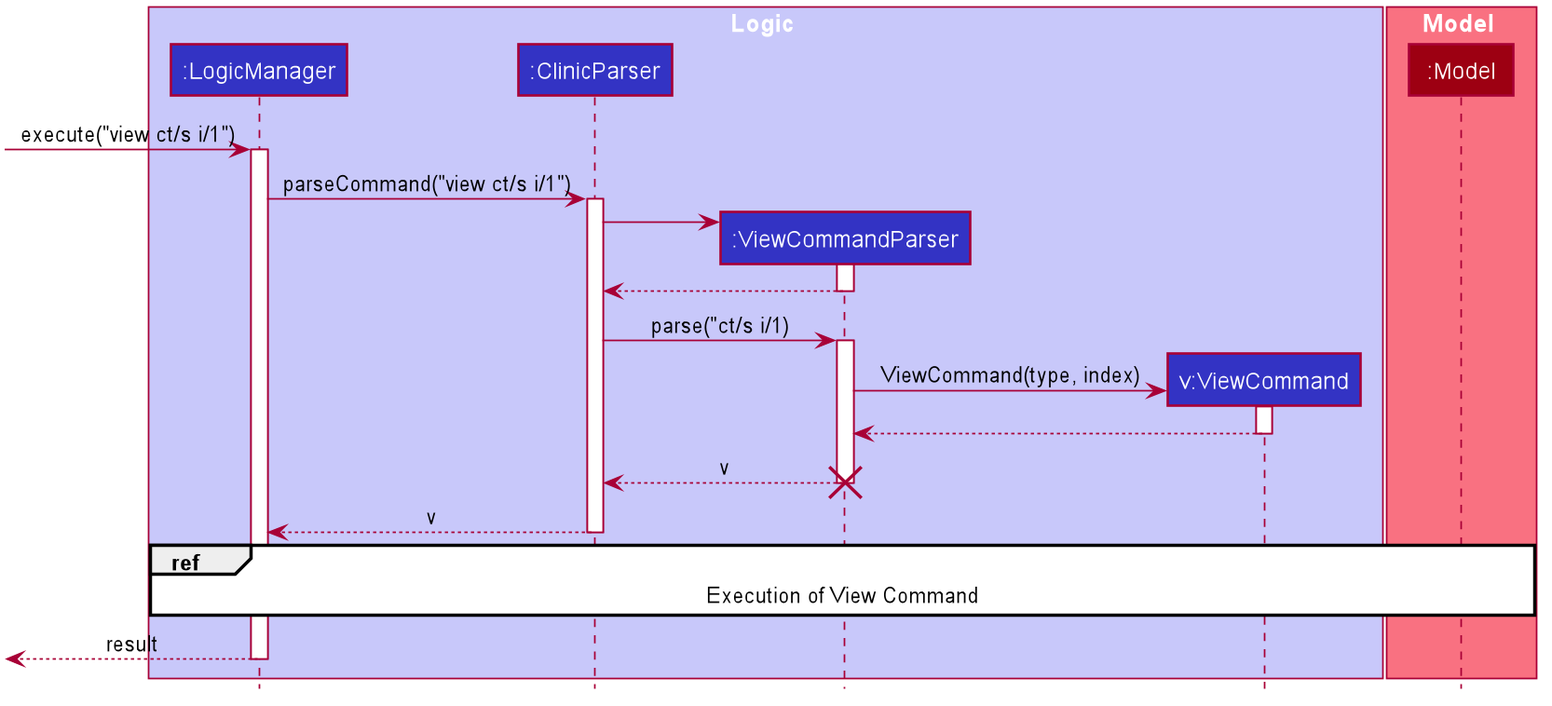
tohyuting/tp keeps this PlantUML diagram as docs/images/ViewCommandSequenceDiagram.png. Above is the earlier version.
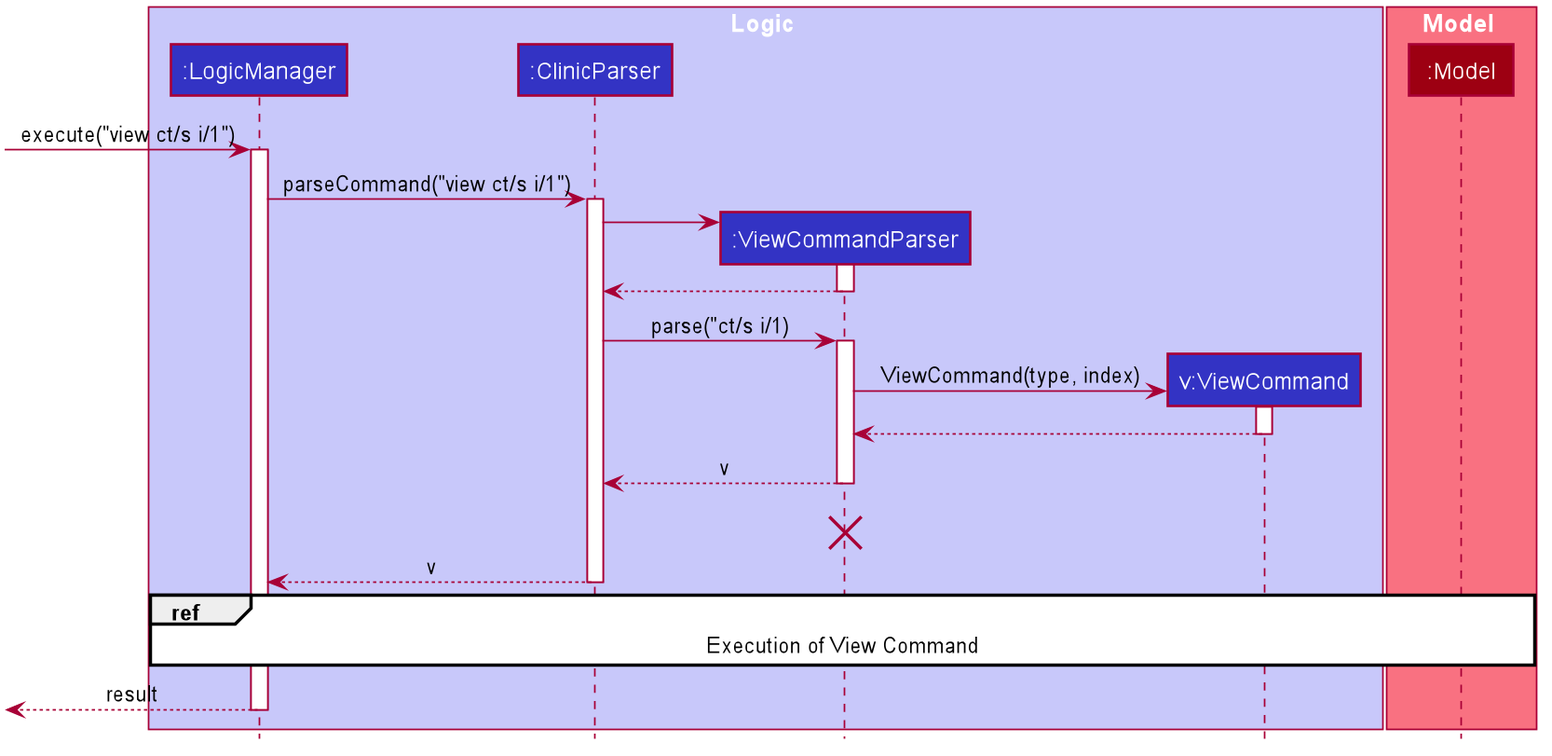
Above is the later version.

Commit message:
Update Sequence Diagram and Model write up

Change to the diagram source:
```diff
@@ -80,6 +80,8 @@
 deactivate ViewCommand
 
 ViewCommandParser --> ClinicParser : v
+deactivate ViewCommandParser
+ViewCommandParser -[hidden]-> ClinicParser : v
 destroy ViewCommandParser
 ClinicParser --> LogicManager : v
 deactivate ClinicParser
```
